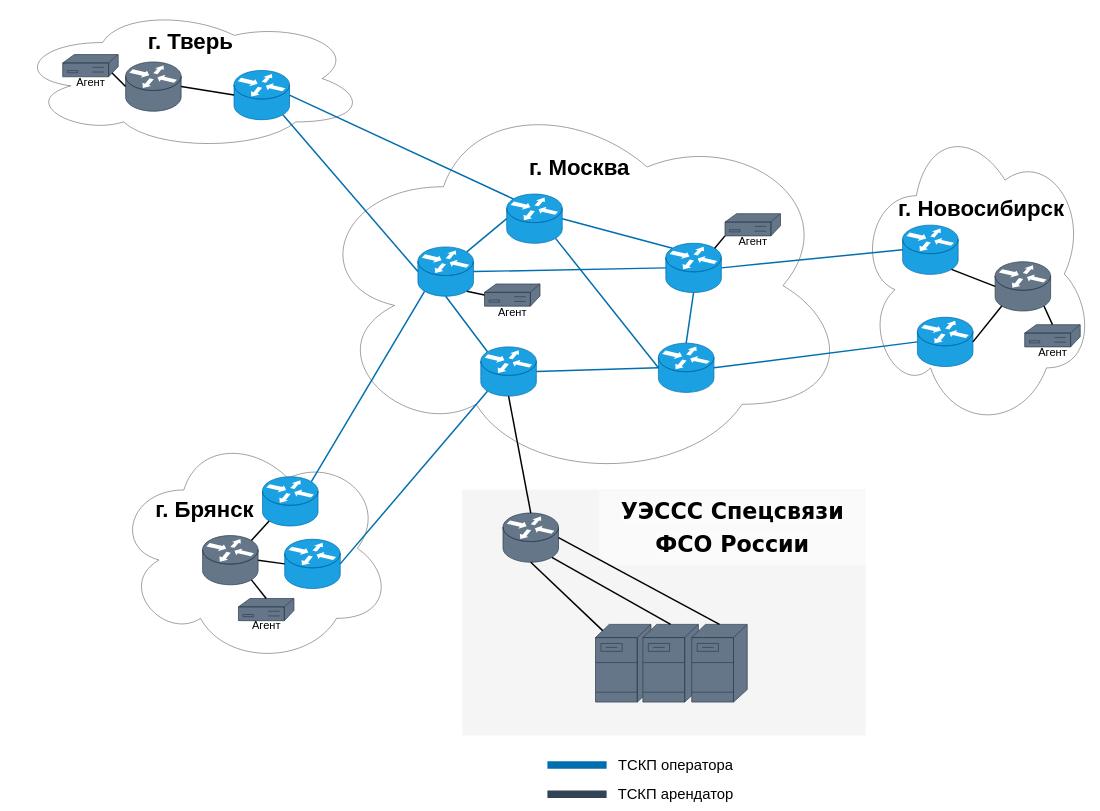
Above: новая диаграмма для острикова.drawio in Egor-ZEV/PSTN (draw.io), before the change. Source tidied: cells renumbered, new cells numbered last; positions are measured from the earlier drawing's top-left corner, leaving out a move shared by most shapes. Both pictures are drawn from the tidied source at 37%, with x=0, y=0 at pixel (14, 6).
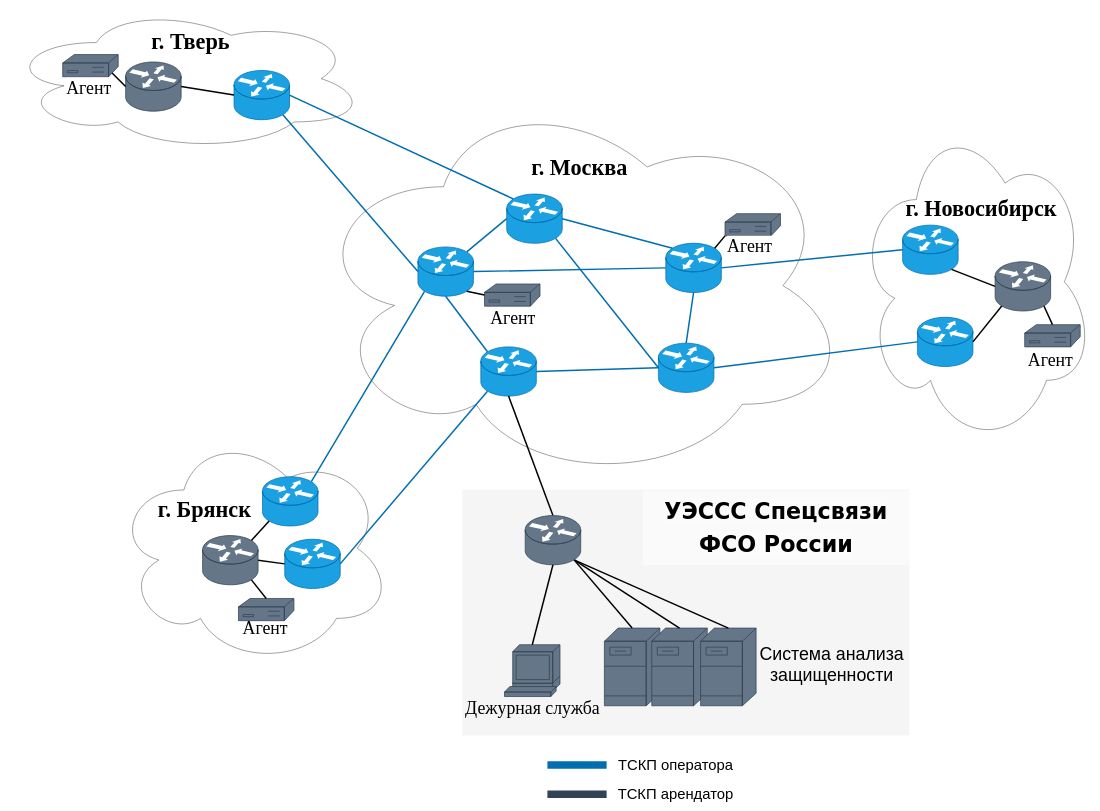
After the change.

The edit, as a diff of the source:
```diff
@@
     <mxCell id="3" value="&lt;font style=&quot;font-size: 22px;&quot;&gt;&lt;br&gt;&lt;/font&gt;" style="ellipse;shape=cloud;whiteSpace=wrap;html=1;" parent="1" vertex="1">
-      <mxGeometry width="950" height="390" as="geometry" />
+      <mxGeometry x="-22" width="972" height="390" as="geometry" />
     </mxCell>
-    <mxCell id="4" value="&lt;font style=&quot;font-size: 60px;&quot;&gt;&lt;b&gt;г. Москва&lt;/b&gt;&lt;/font&gt;" style="text;html=1;align=center;verticalAlign=middle;strokeColor=none;fillColor=none;" parent="1" vertex="1">
-      <mxGeometry x="1381" y="390" width="290" height="90" as="geometry" />
+    <mxCell id="4" value="&lt;font face=&quot;Times New Roman&quot; style=&quot;font-size: 60px;&quot;&gt;&lt;b&gt;г. Москва&lt;/b&gt;&lt;/font&gt;" style="text;html=1;align=center;verticalAlign=middle;strokeColor=none;fillColor=none;" parent="1" vertex="1">
+      <mxGeometry x="1386" y="390" width="280" height="90" as="geometry" />
     </mxCell>
-    <mxCell id="5" value="&lt;font style=&quot;font-size: 60px;&quot;&gt;&lt;b&gt;г. Тверь&lt;/b&gt;&lt;/font&gt;" style="text;html=1;align=center;verticalAlign=middle;strokeColor=none;fillColor=none;" parent="1" vertex="1">
-      <mxGeometry x="350" y="50" width="250" height="90" as="geometry" />
+    <mxCell id="5" value="&lt;font face=&quot;Times New Roman&quot; style=&quot;font-size: 60px;&quot;&gt;&lt;b&gt;г. Тверь&lt;/b&gt;&lt;/font&gt;" style="text;html=1;align=center;verticalAlign=middle;strokeColor=none;fillColor=none;" parent="1" vertex="1">
+      <mxGeometry x="355" y="50" width="240" height="90" as="geometry" />
     </mxCell>
     <mxCell id="6" style="ellipse;shape=cloud;whiteSpace=wrap;html=1;" parent="1" vertex="1">
-      <mxGeometry x="2277" y="300" width="640" height="846" as="geometry" />
+      <mxGeometry x="2277" y="300" width="640" height="888" as="geometry" />
     </mxCell>
-    <mxCell id="7" value="&lt;font style=&quot;font-size: 60px;&quot;&gt;&lt;b&gt;г. Новосибирск&lt;/b&gt;&lt;/font&gt;" style="text;html=1;align=center;verticalAlign=middle;strokeColor=none;fillColor=none;" parent="1" vertex="1">
-      <mxGeometry x="2377" y="501" width="470" height="90" as="geometry" />
+    <mxCell id="7" value="&lt;font face=&quot;Times New Roman&quot; style=&quot;font-size: 60px;&quot;&gt;&lt;b&gt;г. Новосибирск&lt;/b&gt;&lt;/font&gt;" style="text;html=1;align=center;verticalAlign=middle;strokeColor=none;fillColor=none;" parent="1" vertex="1">
+      <mxGeometry x="2397" y="501" width="430" height="90" as="geometry" />
     </mxCell>
@@
-    <mxCell id="9" value="&lt;font style=&quot;font-size: 60px;&quot;&gt;&lt;b&gt;г. Брянск&lt;/b&gt;&lt;/font&gt;" style="text;html=1;align=center;verticalAlign=middle;strokeColor=none;fillColor=none;" parent="1" vertex="1">
-      <mxGeometry x="368" y="1314" width="290" height="90" as="geometry" />
+    <mxCell id="9" value="&lt;font face=&quot;Times New Roman&quot; style=&quot;font-size: 60px;&quot;&gt;&lt;b&gt;г. Брянск&lt;/b&gt;&lt;/font&gt;" style="text;html=1;align=center;verticalAlign=middle;strokeColor=none;fillColor=none;" parent="1" vertex="1">
+      <mxGeometry x="373" y="1314" width="280" height="90" as="geometry" />
     </mxCell>
@@
     <mxCell id="19" style="whiteSpace=wrap;html=1;rounded=0;shadow=0;comic=0;strokeWidth=1;fontFamily=Verdana;fontSize=14;fillColor=#f5f5f5;strokeColor=none;verticalAlign=top;fontStyle=1;" parent="1" vertex="1">
-      <mxGeometry x="1210" y="1306" width="1090" height="664" as="geometry" />
+      <mxGeometry x="1210" y="1306" width="1208" height="664" as="geometry" />
     </mxCell>
     <mxCell id="20" value="&lt;p style=&quot;line-height: 150%; font-size: 60px;&quot;&gt;&lt;br&gt;&lt;span style=&quot;forced-color-adjust: none; color: rgb(0, 0, 0); font-style: normal; font-variant-ligatures: normal; font-variant-caps: normal; letter-spacing: normal; orphans: 2; text-align: center; text-indent: 0px; text-transform: none; widows: 2; word-spacing: 0px; -webkit-text-stroke-width: 0px; background-color: rgb(251, 251, 251); text-decoration-thickness: initial; text-decoration-style: initial; text-decoration-color: initial; font-family: Verdana; font-weight: 700; white-space: normal;&quot;&gt;УЭССС Спецсвязи&lt;/span&gt;&lt;br style=&quot;forced-color-adjust: none; color: rgb(0, 0, 0); font-style: normal; font-variant-ligatures: normal; font-variant-caps: normal; letter-spacing: normal; orphans: 2; text-align: center; text-indent: 0px; text-transform: none; widows: 2; word-spacing: 0px; -webkit-text-stroke-width: 0px; background-color: rgb(251, 251, 251); text-decoration-thickness: initial; text-decoration-style: initial; text-decoration-color: initial; font-family: Verdana; font-weight: 700; white-space: normal;&quot;&gt;&lt;span style=&quot;forced-color-adjust: none; color: rgb(0, 0, 0); font-style: normal; font-variant-ligatures: normal; font-variant-caps: normal; letter-spacing: normal; orphans: 2; text-align: center; text-indent: 0px; text-transform: none; widows: 2; word-spacing: 0px; -webkit-text-stroke-width: 0px; background-color: rgb(251, 251, 251); text-decoration-thickness: initial; text-decoration-style: initial; text-decoration-color: initial; font-family: Verdana; font-weight: 700; white-space: normal;&quot;&gt;ФСО России&lt;/span&gt;&lt;br&gt;&lt;br&gt;&lt;/p&gt;" style="rounded=0;whiteSpace=wrap;html=1;opacity=50;strokeColor=none;" parent="1" vertex="1">
-      <mxGeometry x="1580" y="1309" width="720" height="200" as="geometry" />
+      <mxGeometry x="1698" y="1309" width="720" height="200" as="geometry" />
     </mxCell>
-    <mxCell id="21" style="shape=mxgraph.cisco.routers.router;sketch=0;html=1;dashed=0;fillColor=#647687;strokeColor=#314354;strokeWidth=2;verticalLabelPosition=bottom;verticalAlign=top;align=center;outlineConnect=0;fontColor=#ffffff;" parent="1" vertex="1">
-      <mxGeometry x="1320" y="1369" width="150" height="133" as="geometry" />
-    </mxCell>
@@
     <mxCell id="37" style="shape=mxgraph.cisco.servers.fileserver;sketch=0;html=1;dashed=0;fillColor=#647687;strokeColor=#314354;strokeWidth=2;verticalLabelPosition=bottom;verticalAlign=top;align=center;outlineConnect=0;fontColor=#ffffff;" parent="1" vertex="1">
-      <mxGeometry x="1570" y="1670" width="150" height="210" as="geometry" />
+      <mxGeometry x="1594" y="1680" width="150" height="210" as="geometry" />
     </mxCell>
@@
     <mxCell id="50" style="shape=mxgraph.cisco.servers.fileserver;sketch=0;html=1;dashed=0;fillColor=#647687;strokeColor=#314354;strokeWidth=2;verticalLabelPosition=bottom;verticalAlign=top;align=center;outlineConnect=0;fontColor=#ffffff;" parent="1" vertex="1">
-      <mxGeometry x="1698" y="1670" width="150" height="210" as="geometry" />
+      <mxGeometry x="1722" y="1680" width="150" height="210" as="geometry" />
     </mxCell>
     <mxCell id="51" style="shape=mxgraph.cisco.servers.fileserver;sketch=0;html=1;dashed=0;fillColor=#647687;strokeColor=#314354;strokeWidth=2;verticalLabelPosition=bottom;verticalAlign=top;align=center;outlineConnect=0;fontColor=#ffffff;" parent="1" vertex="1">
-      <mxGeometry x="1830" y="1670" width="150" height="210" as="geometry" />
+      <mxGeometry x="1854" y="1680" width="150" height="210" as="geometry" />
     </mxCell>
@@
-    <mxCell id="53" value="&lt;font style=&quot;font-size: 30px;&quot;&gt;Агент&lt;/font&gt;" style="text;html=1;align=center;verticalAlign=middle;strokeColor=none;fillColor=none;" parent="1" vertex="1">
-      <mxGeometry x="2755" y="910" width="100" height="50" as="geometry" />
-    </mxCell>
@@
-    <mxCell id="56" value="&lt;font style=&quot;font-size: 30px;&quot;&gt;Агент&lt;/font&gt;" style="text;html=1;align=center;verticalAlign=middle;strokeColor=none;fillColor=none;" parent="1" vertex="1">
-      <mxGeometry x="155" y="180" width="100" height="50" as="geometry" />
-    </mxCell>
@@
-    <mxCell id="58" value="&lt;font style=&quot;font-size: 30px;&quot;&gt;Агент&lt;/font&gt;" style="text;html=1;align=center;verticalAlign=middle;strokeColor=none;fillColor=none;" parent="1" vertex="1">
-      <mxGeometry x="630" y="1648" width="100" height="50" as="geometry" />
+    <mxCell id="58" value="&lt;font face=&quot;Times New Roman&quot; style=&quot;font-size: 48px;&quot;&gt;Агент&lt;/font&gt;" style="text;html=1;align=center;verticalAlign=middle;strokeColor=none;fillColor=none;" parent="1" vertex="1">
+      <mxGeometry x="607" y="1644" width="140" height="70" as="geometry" />
     </mxCell>
@@
-    <mxCell id="60" value="&lt;font style=&quot;font-size: 30px;&quot;&gt;Агент&lt;/font&gt;" style="text;html=1;align=center;verticalAlign=middle;strokeColor=none;fillColor=none;" parent="1" vertex="1">
-      <mxGeometry x="1295" y="800" width="100" height="50" as="geometry" />
-    </mxCell>
@@
-    <mxCell id="62" value="&lt;font style=&quot;font-size: 30px;&quot;&gt;Агент&lt;/font&gt;" style="text;html=1;align=center;verticalAlign=middle;strokeColor=none;fillColor=none;" parent="1" vertex="1">
-      <mxGeometry x="1945" y="610" width="100" height="50" as="geometry" />
-    </mxCell>
@@
-    <mxCell id="67" style="endArrow=none;html=1;rounded=0;exitX=0.13;exitY=0.08;exitDx=0;exitDy=0;exitPerimeter=0;entryX=0.5;entryY=1;entryDx=0;entryDy=0;entryPerimeter=0;jumpSize=50;strokeWidth=4;" parent="1" edge="1" source="37" target="21">
+    <mxCell id="67" style="endArrow=none;html=1;rounded=0;exitX=0.5;exitY=0;exitDx=0;exitDy=0;exitPerimeter=0;entryX=0.88;entryY=0.9;entryDx=0;entryDy=0;entryPerimeter=0;jumpSize=50;strokeWidth=4;" parent="1" edge="1" source="37" target="21">
       <mxGeometry relative="1" as="geometry" />
     </mxCell>
-    <mxCell id="68" style="endArrow=none;html=1;rounded=0;exitX=0.5;exitY=0;exitDx=0;exitDy=0;exitPerimeter=0;entryX=0.88;entryY=0.9;entryDx=0;entryDy=0;entryPerimeter=0;jumpSize=50;strokeWidth=4;" parent="1" edge="1" source="50" target="21">
+    <mxCell id="68" style="endArrow=none;html=1;rounded=0;exitX=0.5;exitY=0;exitDx=0;exitDy=0;exitPerimeter=0;jumpSize=50;strokeWidth=4;entryX=0.88;entryY=0.9;entryDx=0;entryDy=0;entryPerimeter=0;" parent="1" edge="1" source="50" target="21">
       <mxGeometry relative="1" as="geometry" />
     </mxCell>
-    <mxCell id="69" style="endArrow=none;html=1;rounded=0;exitX=0.5;exitY=0;exitDx=0;exitDy=0;exitPerimeter=0;entryX=1;entryY=0.5;entryDx=0;entryDy=0;entryPerimeter=0;jumpSize=50;strokeWidth=4;" parent="1" edge="1" source="51" target="21">
+    <mxCell id="69" style="endArrow=none;html=1;rounded=0;exitX=0.5;exitY=0;exitDx=0;exitDy=0;exitPerimeter=0;entryX=0.88;entryY=0.9;entryDx=0;entryDy=0;entryPerimeter=0;jumpSize=50;strokeWidth=4;" parent="1" edge="1" source="51" target="21">
       <mxGeometry relative="1" as="geometry" />
     </mxCell>
+    <mxCell id="21" style="shape=mxgraph.cisco.routers.router;sketch=0;html=1;dashed=0;fillColor=#647687;strokeColor=#314354;strokeWidth=2;verticalLabelPosition=bottom;verticalAlign=top;align=center;outlineConnect=0;fontColor=#ffffff;" parent="1" vertex="1">
+      <mxGeometry x="1380" y="1376" width="150" height="133" as="geometry" />
+    </mxCell>
+    <mxCell id="70" value="&lt;font style=&quot;font-size: 48px;&quot;&gt;Система анализа &lt;br&gt;защищенности&lt;/font&gt;" style="text;html=1;align=center;verticalAlign=middle;strokeColor=none;fillColor=none;" parent="1" vertex="1">
+      <mxGeometry x="2004" y="1714" width="408" height="127" as="geometry" />
+    </mxCell>
+    <mxCell id="71" value="&lt;font face=&quot;Times New Roman&quot; style=&quot;font-size: 48px;&quot;&gt;Дежурная служба&lt;/font&gt;" style="text;whiteSpace=wrap;html=1;" parent="1" vertex="1">
+      <mxGeometry x="1215.5" y="1860" width="379" height="50" as="geometry" />
+    </mxCell>
+    <mxCell id="72" style="shape=mxgraph.cisco.computers_and_peripherals.terminal;sketch=0;html=1;dashed=0;fillColor=#647687;strokeColor=#314354;strokeWidth=2;verticalLabelPosition=bottom;verticalAlign=top;align=center;outlineConnect=0;fontColor=#ffffff;" parent="1" vertex="1">
+      <mxGeometry x="1324" y="1725" width="150" height="140" as="geometry" />
+    </mxCell>
+    <mxCell id="73" style="endArrow=none;html=1;rounded=0;exitX=0.5;exitY=0;exitDx=0;exitDy=0;exitPerimeter=0;entryX=0.5;entryY=1;entryDx=0;entryDy=0;entryPerimeter=0;jumpSize=50;strokeWidth=4;" parent="1" edge="1" source="72" target="21">
+      <mxGeometry relative="1" as="geometry" />
+    </mxCell>
+    <mxCell id="74" value="&lt;span style=&quot;color: rgb(0, 0, 0); font-family: &amp;quot;Times New Roman&amp;quot;; font-size: 48px; font-style: normal; font-variant-ligatures: normal; font-variant-caps: normal; font-weight: 400; letter-spacing: normal; orphans: 2; text-align: center; text-indent: 0px; text-transform: none; white-space: nowrap; widows: 2; word-spacing: 0px; -webkit-text-stroke-width: 0px; background-color: rgb(255, 255, 255); text-decoration-thickness: initial; text-decoration-style: initial; text-decoration-color: initial; display: inline !important; float: none;&quot;&gt;Агент&lt;/span&gt;" style="text;whiteSpace=wrap;html=1;" parent="1" vertex="1">
+      <mxGeometry x="138" y="184" width="150" height="80" as="geometry" />
+    </mxCell>
+    <mxCell id="75" value="&lt;span style=&quot;color: rgb(0, 0, 0); font-family: &amp;quot;Times New Roman&amp;quot;; font-size: 48px; font-style: normal; font-variant-ligatures: normal; font-variant-caps: normal; font-weight: 400; letter-spacing: normal; orphans: 2; text-align: center; text-indent: 0px; text-transform: none; white-space: nowrap; widows: 2; word-spacing: 0px; -webkit-text-stroke-width: 0px; background-color: rgb(255, 255, 255); text-decoration-thickness: initial; text-decoration-style: initial; text-decoration-color: initial; display: inline !important; float: none;&quot;&gt;Агент&lt;/span&gt;" style="text;whiteSpace=wrap;html=1;" parent="1" vertex="1">
+      <mxGeometry x="1284" y="807" width="150" height="80" as="geometry" />
+    </mxCell>
+    <mxCell id="76" value="&lt;span style=&quot;color: rgb(0, 0, 0); font-family: &amp;quot;Times New Roman&amp;quot;; font-size: 48px; font-style: normal; font-variant-ligatures: normal; font-variant-caps: normal; font-weight: 400; letter-spacing: normal; orphans: 2; text-align: center; text-indent: 0px; text-transform: none; white-space: nowrap; widows: 2; word-spacing: 0px; -webkit-text-stroke-width: 0px; background-color: rgb(255, 255, 255); text-decoration-thickness: initial; text-decoration-style: initial; text-decoration-color: initial; display: inline !important; float: none;&quot;&gt;Агент&lt;/span&gt;" style="text;whiteSpace=wrap;html=1;" parent="1" vertex="1">
+      <mxGeometry x="1924" y="611" width="150" height="80" as="geometry" />
+    </mxCell>
+    <mxCell id="77" value="&lt;span style=&quot;color: rgb(0, 0, 0); font-family: &amp;quot;Times New Roman&amp;quot;; font-size: 48px; font-style: normal; font-variant-ligatures: normal; font-variant-caps: normal; font-weight: 400; letter-spacing: normal; orphans: 2; text-align: center; text-indent: 0px; text-transform: none; white-space: nowrap; widows: 2; word-spacing: 0px; -webkit-text-stroke-width: 0px; background-color: rgb(255, 255, 255); text-decoration-thickness: initial; text-decoration-style: initial; text-decoration-color: initial; display: inline !important; float: none;&quot;&gt;Агент&lt;/span&gt;" style="text;whiteSpace=wrap;html=1;" parent="1" vertex="1">
+      <mxGeometry x="2737" y="920" width="150" height="80" as="geometry" />
+    </mxCell>
```
